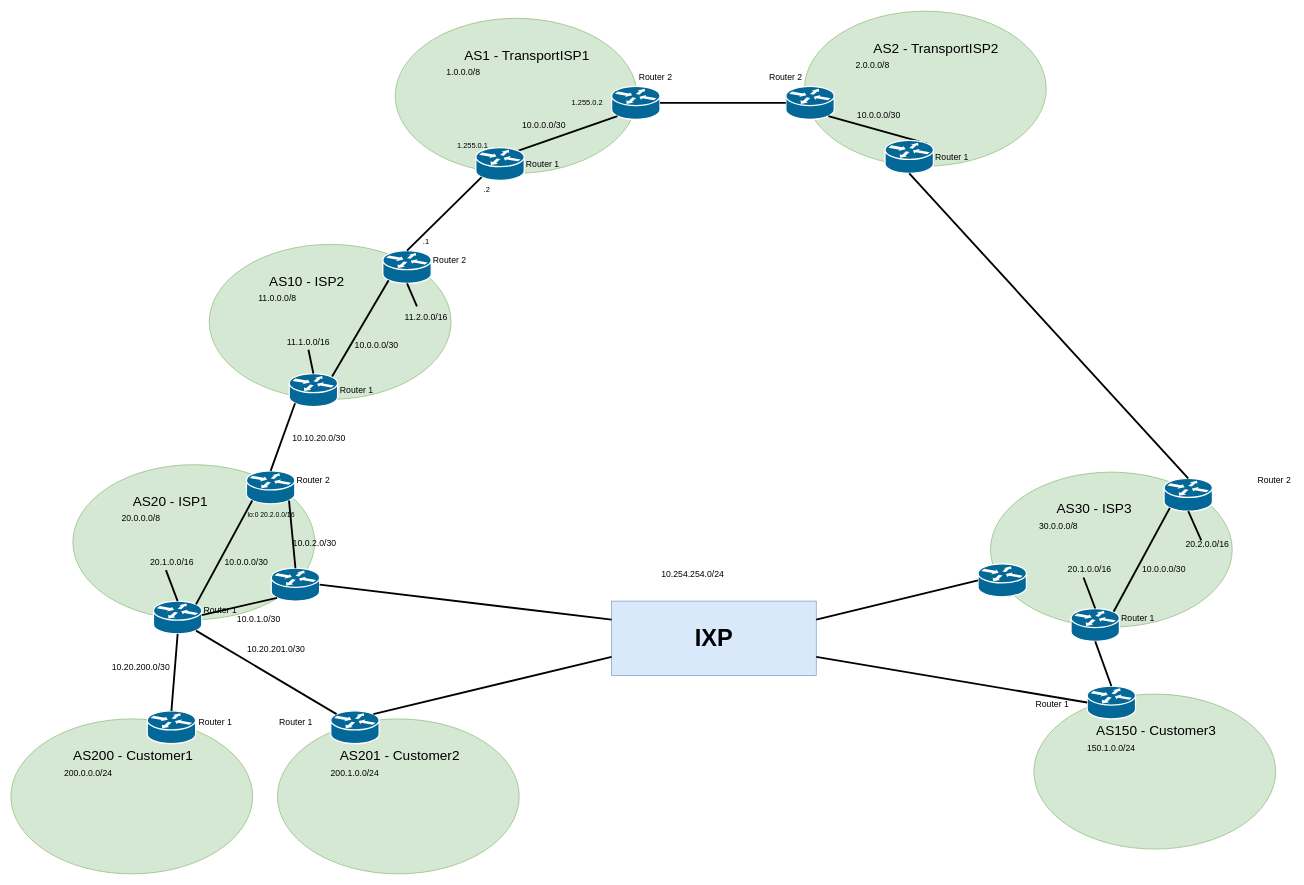
The draw.io diagram starting_topology.drawio in ThetaRangers/KatharaRPKI, before the edit. Source tidied: cells renumbered, new cells numbered last; positions are measured from the earlier drawing's top-left corner, leaving out a move shared by most shapes. Both pictures are drawn from the tidied source at 62%, with x=0, y=0 at pixel (11, 11).
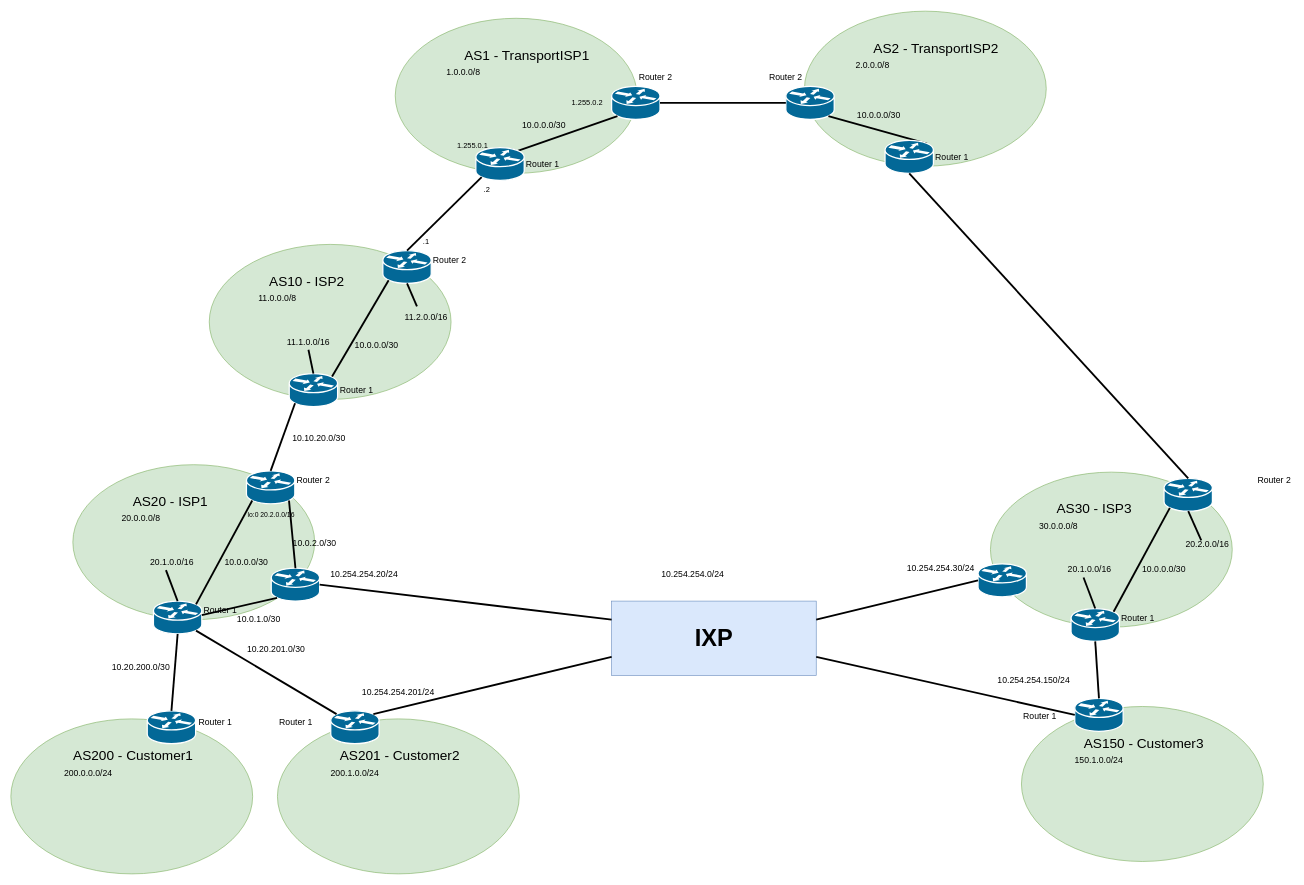
The same diagram, later.

Change to the diagram source:
```diff
@@
     <mxCell id="82" style="group;" parent="1" vertex="1">
-      <mxGeometry x="1650" y="1102" width="390" height="250" as="geometry" />
+      <mxGeometry x="1630" y="1122" width="390" height="250" as="geometry" />
     </mxCell>
@@
+    <mxCell id="104" value="&lt;font style=&quot;font-size: 14px;&quot;&gt;10.254.254.201/24&lt;br&gt;&lt;/font&gt;" style="text;html=1;strokeColor=none;fillColor=none;align=center;verticalAlign=middle;whiteSpace=wrap;rounded=0;fontSize=22;" parent="1" vertex="1">
+      <mxGeometry x="595" y="1082" width="60" height="30" as="geometry" />
+    </mxCell>
+    <mxCell id="105" value="&lt;font style=&quot;font-size: 14px;&quot;&gt;10.254.254.20/24&lt;br&gt;&lt;/font&gt;" style="text;html=1;strokeColor=none;fillColor=none;align=center;verticalAlign=middle;whiteSpace=wrap;rounded=0;fontSize=22;" parent="1" vertex="1">
+      <mxGeometry x="540" y="892" width="60" height="30" as="geometry" />
+    </mxCell>
+    <mxCell id="106" value="&lt;font style=&quot;font-size: 14px;&quot;&gt;10.254.254.30/24&lt;br&gt;&lt;/font&gt;" style="text;html=1;strokeColor=none;fillColor=none;align=center;verticalAlign=middle;whiteSpace=wrap;rounded=0;fontSize=22;" parent="1" vertex="1">
+      <mxGeometry x="1470" y="882" width="60" height="30" as="geometry" />
+    </mxCell>
+    <mxCell id="107" value="&lt;font style=&quot;font-size: 14px;&quot;&gt;10.254.254.150/24&lt;br&gt;&lt;/font&gt;" style="text;html=1;strokeColor=none;fillColor=none;align=center;verticalAlign=middle;whiteSpace=wrap;rounded=0;fontSize=22;" parent="1" vertex="1">
+      <mxGeometry x="1620" y="1062" width="60" height="30" as="geometry" />
+    </mxCell>
```
